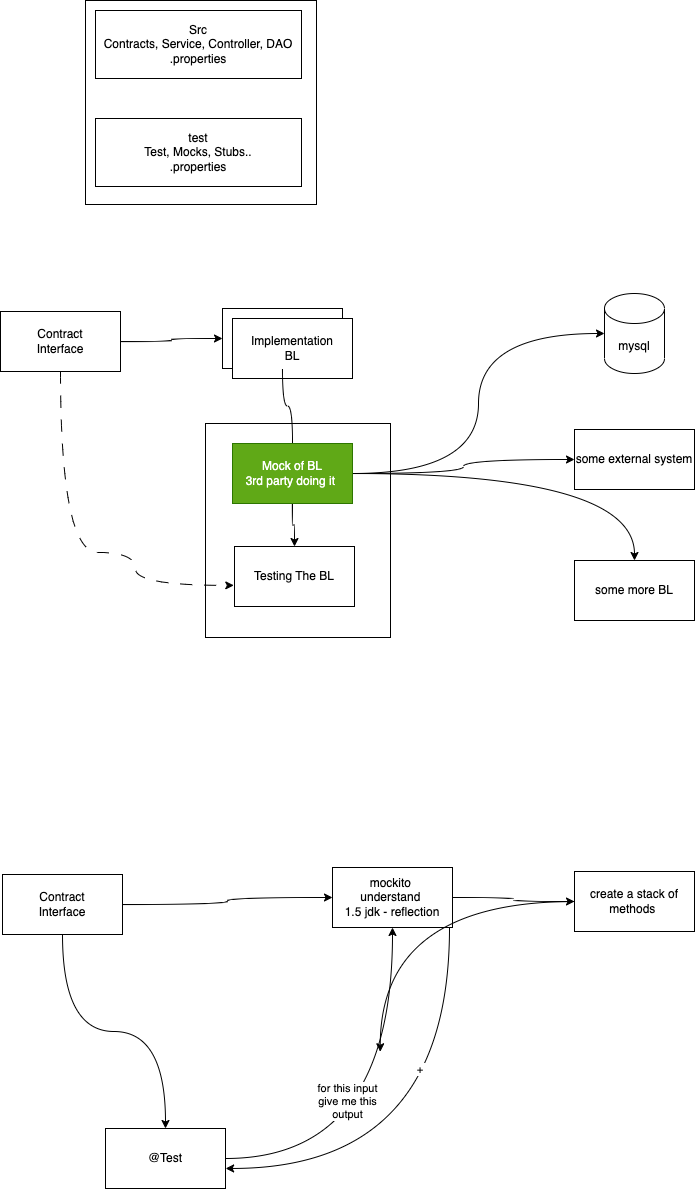
Above: images/day2.drawio.png in adithnaveen/ibm-service-virtualization-sep-2023 (draw.io), before the change. Source tidied: cells renumbered, new cells last; positions are measured from the earlier drawing's top-left corner, leaving out a move shared by most shapes.
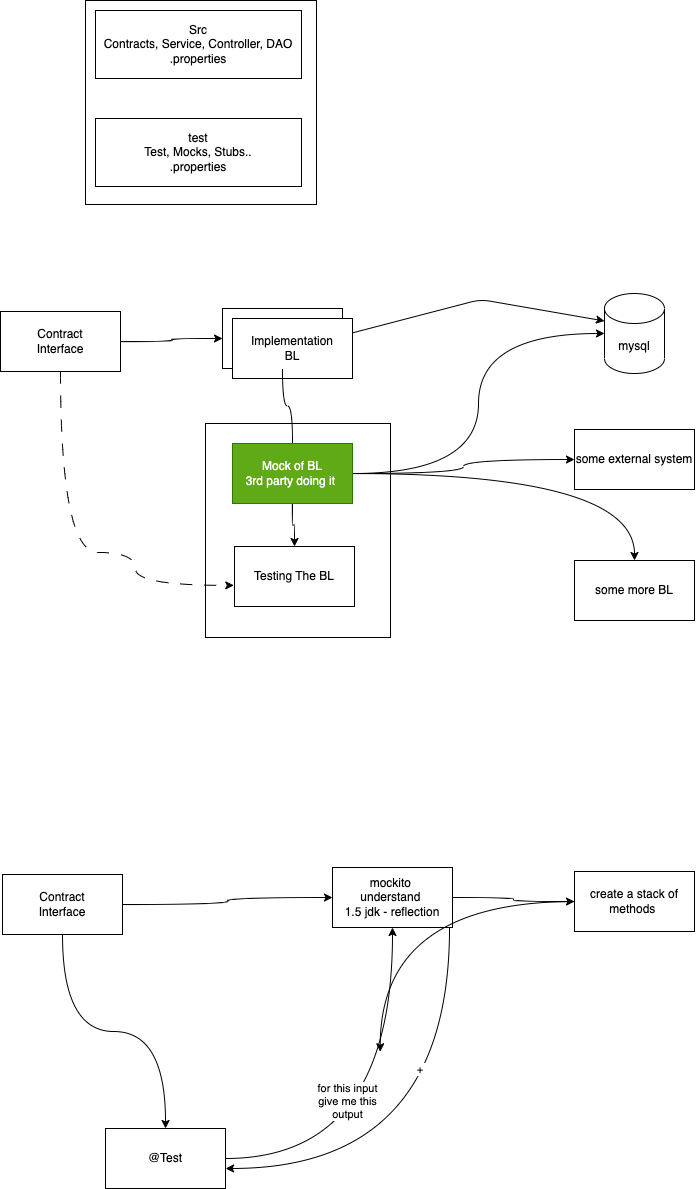
The same file after the commit.

Change to the diagram source:
```diff
@@ -41,6 +41,13 @@
     <mxCell id="12" value="Testing The BL" style="rounded=0;whiteSpace=wrap;html=1;" parent="1" vertex="1">
       <mxGeometry x="234" y="546" width="120" height="60" as="geometry" />
     </mxCell>
+    <mxCell id="33" style="edgeStyle=none;html=1;entryX=0;entryY=0;entryDx=0;entryDy=27.5;entryPerimeter=0;" parent="1" edge="1" source="13" target="6">
+      <mxGeometry relative="1" as="geometry">
+        <Array as="points">
+          <mxPoint x="480" y="299" />
+        </Array>
+      </mxGeometry>
+    </mxCell>
     <mxCell id="13" value="Implementation&lt;br&gt;BL" style="rounded=0;whiteSpace=wrap;html=1;" parent="1" vertex="1">
       <mxGeometry x="232" y="318" width="120" height="60" as="geometry" />
     </mxCell>
```
